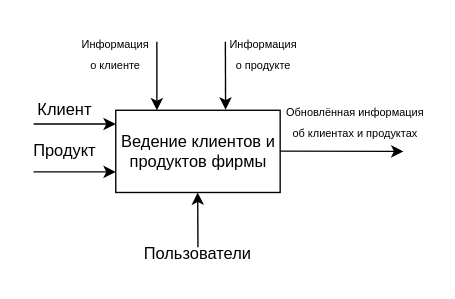
Kovshik387/KursWPF keeps this draw.io diagram as AS-IS.drawio. Above is the earlier version. Source tidied: cells renumbered, new cells numbered last; positions are measured from the earlier drawing's top-left corner, leaving out a move shared by most shapes. Both pictures are drawn from the tidied source at 137%, with x=0, y=0 at pixel (22, 32).
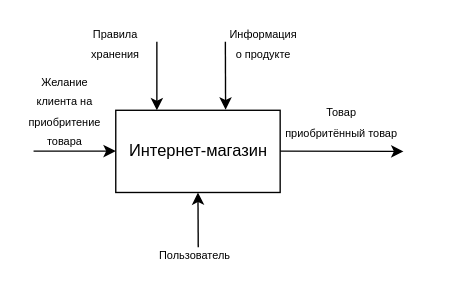
The same diagram, later.

The change refers to these unchanged cells:
```xml
<mxCell id="2" style="rounded=0;whiteSpace=wrap;html=1;" parent="1" vertex="1">
  <mxGeometry x="68" y="57" width="120" height="60" as="geometry" />
</mxCell>
```

What changed in the source:
```diff
@@
-    <mxCell id="3" value="Ведение клиентов и продуктов фирмы" style="text;html=1;strokeColor=none;fillColor=none;align=center;verticalAlign=middle;whiteSpace=wrap;rounded=0;" parent="1" vertex="1">
+    <mxCell id="3" value="Интернет-магазин&lt;br&gt;" style="text;html=1;strokeColor=none;fillColor=none;align=center;verticalAlign=middle;whiteSpace=wrap;rounded=0;" parent="1" vertex="1">
       <mxGeometry x="60.5" y="72" width="135" height="30" as="geometry" />
     </mxCell>
-    <mxCell id="4" style="endArrow=classic;html=1;rounded=0;entryX=0;entryY=0.167;entryDx=0;entryDy=0;entryPerimeter=0;" parent="1" edge="1" target="2">
+    <mxCell id="4" style="endArrow=classic;html=1;rounded=0;entryX=0;entryY=0.167;entryDx=0;entryDy=0;entryPerimeter=0;" parent="1" edge="1">
       <mxGeometry relative="1" as="geometry">
-        <mxPoint x="8" y="67" as="sourcePoint" />
+        <mxPoint x="8" y="86.8" as="sourcePoint" />
+        <mxPoint x="68" y="86.8" as="targetPoint" />
       </mxGeometry>
     </mxCell>
-    <mxCell id="5" style="endArrow=classic;html=1;rounded=0;entryX=0;entryY=0.167;entryDx=0;entryDy=0;entryPerimeter=0;" parent="1" edge="1">
-      <mxGeometry relative="1" as="geometry">
-        <mxPoint x="8" y="102" as="sourcePoint" />
-        <mxPoint x="68" y="102" as="targetPoint" />
-      </mxGeometry>
-    </mxCell>
@@
-    <mxCell id="8" style="endArrow=classic;html=1;rounded=0;entryX=0;entryY=0.167;entryDx=0;entryDy=0;entryPerimeter=0;" parent="1" edge="1">
-      <mxGeometry relative="1" as="geometry">
-        <mxPoint x="128" y="157" as="sourcePoint" />
-        <mxPoint x="127.8" y="117" as="targetPoint" />
-      </mxGeometry>
-    </mxCell>
-    <mxCell id="9" value="Пользователи" style="text;html=1;strokeColor=none;fillColor=none;align=center;verticalAlign=middle;whiteSpace=wrap;rounded=0;" parent="1" vertex="1">
-      <mxGeometry x="98" y="147" width="60" height="30" as="geometry" />
-    </mxCell>
@@
-    <mxCell id="11" value="&lt;font style=&quot;font-size: 8px;&quot;&gt;Обновлённая информация об клиентах и продуктах&lt;/font&gt;" style="text;html=1;strokeColor=none;fillColor=none;align=center;verticalAlign=middle;whiteSpace=wrap;rounded=0;" parent="1" vertex="1">
-      <mxGeometry x="188" y="47" width="110" height="35" as="geometry" />
+    <mxCell id="11" value="&lt;font style=&quot;font-size: 8px;&quot;&gt;Товар&lt;br&gt;приобритённый товар&lt;br&gt;&lt;/font&gt;" style="text;html=1;strokeColor=none;fillColor=none;align=center;verticalAlign=middle;whiteSpace=wrap;rounded=0;" parent="1" vertex="1">
+      <mxGeometry x="178" y="47" width="110" height="35" as="geometry" />
     </mxCell>
-    <mxCell id="12" value="Клиент" style="text;html=1;strokeColor=none;fillColor=none;align=center;verticalAlign=middle;whiteSpace=wrap;rounded=0;" parent="1" vertex="1">
-      <mxGeometry x="1" y="42" width="60" height="30" as="geometry" />
+    <mxCell id="12" value="&lt;font style=&quot;font-size: 8px;&quot;&gt;Желание клиента на приобритение товара&lt;/font&gt;" style="text;html=1;strokeColor=none;fillColor=none;align=center;verticalAlign=middle;whiteSpace=wrap;rounded=0;" parent="1" vertex="1">
+      <mxGeometry x="0.5" y="42" width="60" height="30" as="geometry" />
     </mxCell>
-    <mxCell id="13" value="Продукт" style="text;html=1;strokeColor=none;fillColor=none;align=center;verticalAlign=middle;whiteSpace=wrap;rounded=0;" parent="1" vertex="1">
-      <mxGeometry x="0.5" y="72" width="60" height="30" as="geometry" />
-    </mxCell>
-    <mxCell id="14" value="&lt;font style=&quot;font-size: 8px;&quot;&gt;Информация о клиенте&lt;/font&gt;" style="text;html=1;strokeColor=none;fillColor=none;align=center;verticalAlign=middle;whiteSpace=wrap;rounded=0;" parent="1" vertex="1">
+    <mxCell id="14" value="&lt;font style=&quot;font-size: 8px;&quot;&gt;Правила хранения&lt;br&gt;&lt;br&gt;&lt;/font&gt;" style="text;html=1;strokeColor=none;fillColor=none;align=center;verticalAlign=middle;whiteSpace=wrap;rounded=0;" parent="1" vertex="1">
       <mxGeometry x="48" width="40" height="30" as="geometry" />
     </mxCell>
-    <mxCell id="15" value="&lt;font style=&quot;font-size: 8px;&quot;&gt;Информация о продукте&lt;/font&gt;" style="text;html=1;strokeColor=none;fillColor=none;align=center;verticalAlign=middle;whiteSpace=wrap;rounded=0;" parent="1" vertex="1">
+    <mxCell id="15" value="&lt;font style=&quot;font-size: 8px;&quot;&gt;Информация о продукте&lt;br&gt;&lt;br&gt;&lt;/font&gt;" style="text;html=1;strokeColor=none;fillColor=none;align=center;verticalAlign=middle;whiteSpace=wrap;rounded=0;" parent="1" vertex="1">
       <mxGeometry x="155.5" width="40" height="30" as="geometry" />
     </mxCell>
+    <mxCell id="16" style="endArrow=classic;html=1;rounded=0;entryX=0;entryY=0.167;entryDx=0;entryDy=0;entryPerimeter=0;" parent="1" edge="1">
+      <mxGeometry relative="1" as="geometry">
+        <mxPoint x="128.2" y="157" as="sourcePoint" />
+        <mxPoint x="128" y="117" as="targetPoint" />
+      </mxGeometry>
+    </mxCell>
+    <mxCell id="17" value="&lt;font style=&quot;font-size: 8px;&quot;&gt;Пользователь&lt;/font&gt;" style="text;html=1;strokeColor=none;fillColor=none;align=center;verticalAlign=middle;whiteSpace=wrap;rounded=0;" parent="1" vertex="1">
+      <mxGeometry x="95.5" y="147" width="60" height="30" as="geometry" />
+    </mxCell>
```
